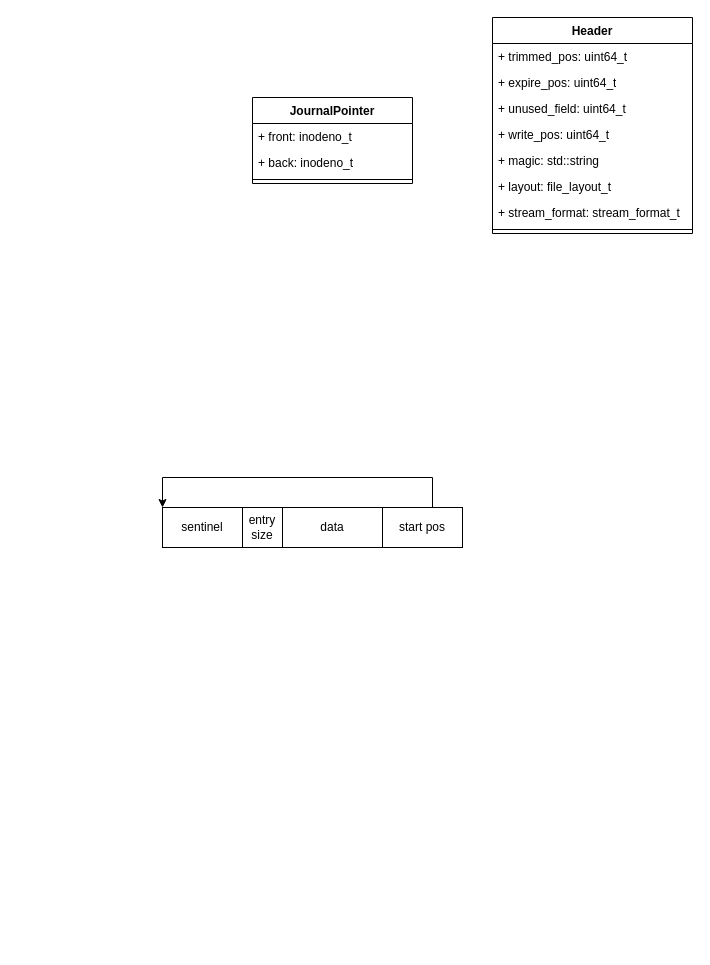
Above: mds.drawio in liutimo/liutimo.github.io (draw.io), before the change. Source tidied: cells renumbered, new cells numbered last; positions are measured from the earlier drawing's top-left corner, leaving out a move shared by most shapes. Both pictures are drawn from the tidied source at 100%, with x=0, y=0 at pixel (162, 17).
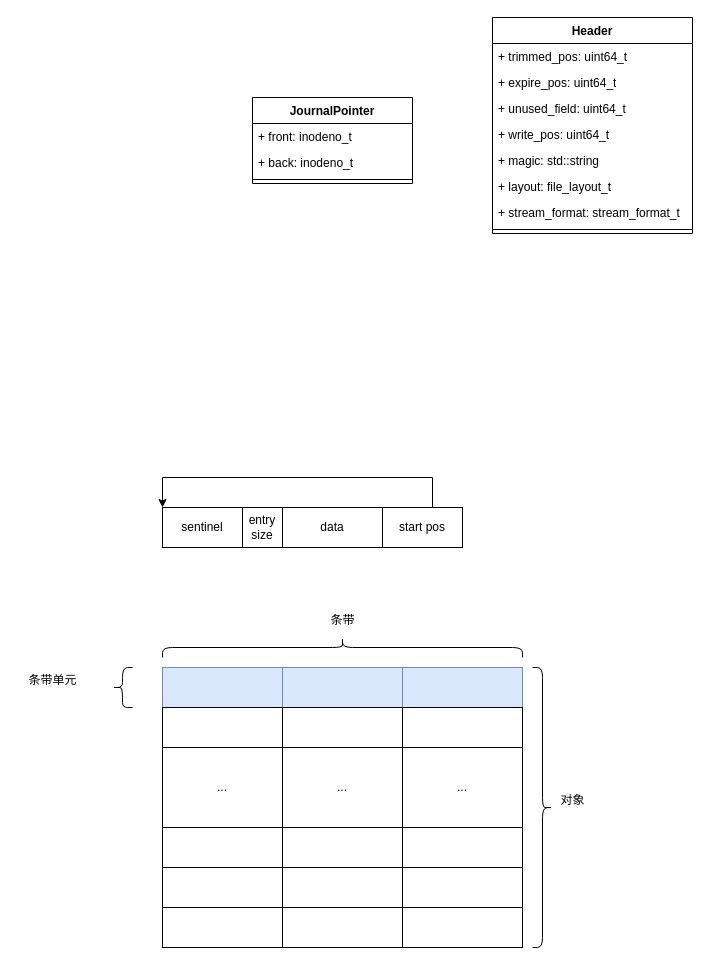
After the change.

What changed in the source:
```diff
@@
+    <mxCell id="20" style="rounded=0;whiteSpace=wrap;html=1;verticalAlign=middle;" parent="1" vertex="1">
+      <mxGeometry y="650" width="120" height="280" as="geometry" />
+    </mxCell>
+    <mxCell id="21" style="rounded=0;whiteSpace=wrap;html=1;fillColor=#dae8fc;strokeColor=#6c8ebf;" parent="1" vertex="1">
+      <mxGeometry y="650" width="120" height="40" as="geometry" />
+    </mxCell>
+    <mxCell id="22" style="rounded=0;whiteSpace=wrap;html=1;" parent="1" vertex="1">
+      <mxGeometry y="690" width="120" height="40" as="geometry" />
+    </mxCell>
+    <mxCell id="23" style="rounded=0;whiteSpace=wrap;html=1;" parent="1" vertex="1">
+      <mxGeometry y="890" width="120" height="40" as="geometry" />
+    </mxCell>
+    <mxCell id="24" style="rounded=0;whiteSpace=wrap;html=1;" parent="1" vertex="1">
+      <mxGeometry y="850" width="120" height="40" as="geometry" />
+    </mxCell>
+    <mxCell id="25" style="rounded=0;whiteSpace=wrap;html=1;" parent="1" vertex="1">
+      <mxGeometry y="810" width="120" height="40" as="geometry" />
+    </mxCell>
+    <mxCell id="26" value="..." style="rounded=0;whiteSpace=wrap;html=1;" parent="1" vertex="1">
+      <mxGeometry y="730" width="120" height="80" as="geometry" />
+    </mxCell>
+    <mxCell id="27" style="rounded=0;whiteSpace=wrap;html=1;verticalAlign=middle;" parent="1" vertex="1">
+      <mxGeometry x="120" y="650" width="120" height="280" as="geometry" />
+    </mxCell>
+    <mxCell id="28" style="rounded=0;whiteSpace=wrap;html=1;fillColor=#dae8fc;strokeColor=#6c8ebf;" parent="1" vertex="1">
+      <mxGeometry x="120" y="650" width="120" height="40" as="geometry" />
+    </mxCell>
+    <mxCell id="29" style="rounded=0;whiteSpace=wrap;html=1;" parent="1" vertex="1">
+      <mxGeometry x="120" y="690" width="120" height="40" as="geometry" />
+    </mxCell>
+    <mxCell id="30" style="rounded=0;whiteSpace=wrap;html=1;" parent="1" vertex="1">
+      <mxGeometry x="120" y="890" width="120" height="40" as="geometry" />
+    </mxCell>
+    <mxCell id="31" style="rounded=0;whiteSpace=wrap;html=1;" parent="1" vertex="1">
+      <mxGeometry x="120" y="850" width="120" height="40" as="geometry" />
+    </mxCell>
+    <mxCell id="32" style="rounded=0;whiteSpace=wrap;html=1;" parent="1" vertex="1">
+      <mxGeometry x="120" y="810" width="120" height="40" as="geometry" />
+    </mxCell>
+    <mxCell id="33" value="..." style="rounded=0;whiteSpace=wrap;html=1;" parent="1" vertex="1">
+      <mxGeometry x="120" y="730" width="120" height="80" as="geometry" />
+    </mxCell>
+    <mxCell id="34" style="rounded=0;whiteSpace=wrap;html=1;verticalAlign=middle;" parent="1" vertex="1">
+      <mxGeometry x="240" y="650" width="120" height="280" as="geometry" />
+    </mxCell>
+    <mxCell id="35" style="rounded=0;whiteSpace=wrap;html=1;fillColor=#dae8fc;strokeColor=#6c8ebf;" parent="1" vertex="1">
+      <mxGeometry x="240" y="650" width="120" height="40" as="geometry" />
+    </mxCell>
+    <mxCell id="36" style="rounded=0;whiteSpace=wrap;html=1;" parent="1" vertex="1">
+      <mxGeometry x="240" y="690" width="120" height="40" as="geometry" />
+    </mxCell>
+    <mxCell id="37" style="rounded=0;whiteSpace=wrap;html=1;" parent="1" vertex="1">
+      <mxGeometry x="240" y="890" width="120" height="40" as="geometry" />
+    </mxCell>
+    <mxCell id="38" style="rounded=0;whiteSpace=wrap;html=1;" parent="1" vertex="1">
+      <mxGeometry x="240" y="850" width="120" height="40" as="geometry" />
+    </mxCell>
+    <mxCell id="39" style="rounded=0;whiteSpace=wrap;html=1;" parent="1" vertex="1">
+      <mxGeometry x="240" y="810" width="120" height="40" as="geometry" />
+    </mxCell>
+    <mxCell id="40" value="..." style="rounded=0;whiteSpace=wrap;html=1;" parent="1" vertex="1">
+      <mxGeometry x="240" y="730" width="120" height="80" as="geometry" />
+    </mxCell>
+    <mxCell id="41" style="shape=curlyBracket;whiteSpace=wrap;html=1;rounded=1;labelPosition=left;verticalLabelPosition=middle;align=right;verticalAlign=middle;" parent="1" vertex="1">
+      <mxGeometry x="-50" y="650" width="20" height="40" as="geometry" />
+    </mxCell>
+    <mxCell id="42" value="条带单元" style="text;html=1;align=center;verticalAlign=middle;strokeColor=none;fillColor=none;" parent="1" vertex="1">
+      <mxGeometry x="-145" y="648" width="70" height="30" as="geometry" />
+    </mxCell>
+    <mxCell id="43" style="shape=curlyBracket;whiteSpace=wrap;html=1;rounded=1;labelPosition=left;verticalLabelPosition=middle;align=right;verticalAlign=middle;rotation=-180;" parent="1" vertex="1">
+      <mxGeometry x="370" y="650" width="20" height="280" as="geometry" />
+    </mxCell>
+    <mxCell id="44" value="对象" style="text;html=1;align=center;verticalAlign=middle;strokeColor=none;fillColor=none;" parent="1" vertex="1">
+      <mxGeometry x="385" y="768" width="50" height="30" as="geometry" />
+    </mxCell>
+    <mxCell id="45" style="shape=curlyBracket;whiteSpace=wrap;html=1;rounded=1;labelPosition=left;verticalLabelPosition=middle;align=right;verticalAlign=middle;rotation=90;" parent="1" vertex="1">
+      <mxGeometry x="170" y="450" width="20" height="360" as="geometry" />
+    </mxCell>
+    <mxCell id="46" value="条带" style="text;html=1;align=center;verticalAlign=middle;strokeColor=none;fillColor=none;" parent="1" vertex="1">
+      <mxGeometry x="155" y="588" width="50" height="30" as="geometry" />
+    </mxCell>
```
